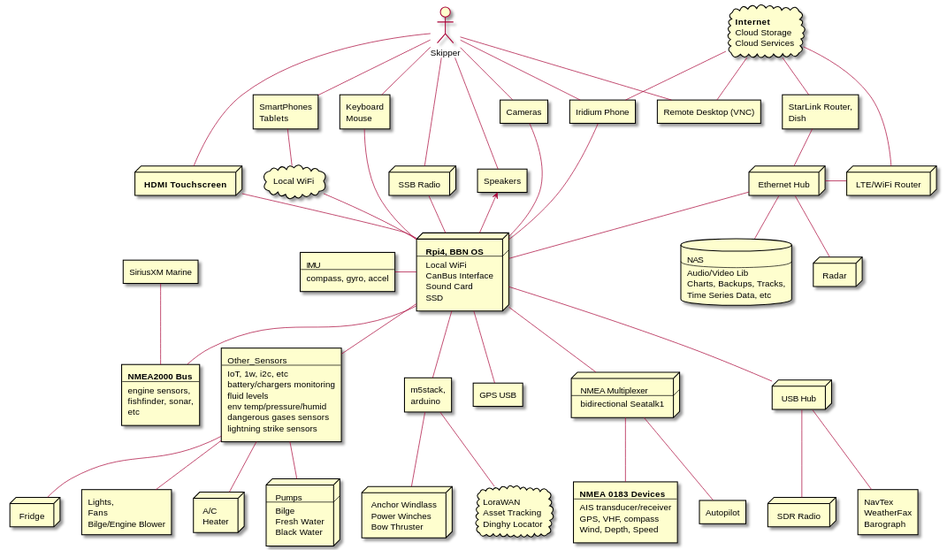
bareboat-necessities/my-bareboat keeps this PlantUML diagram as docs/images/system-arch.svg. Above is the earlier version.
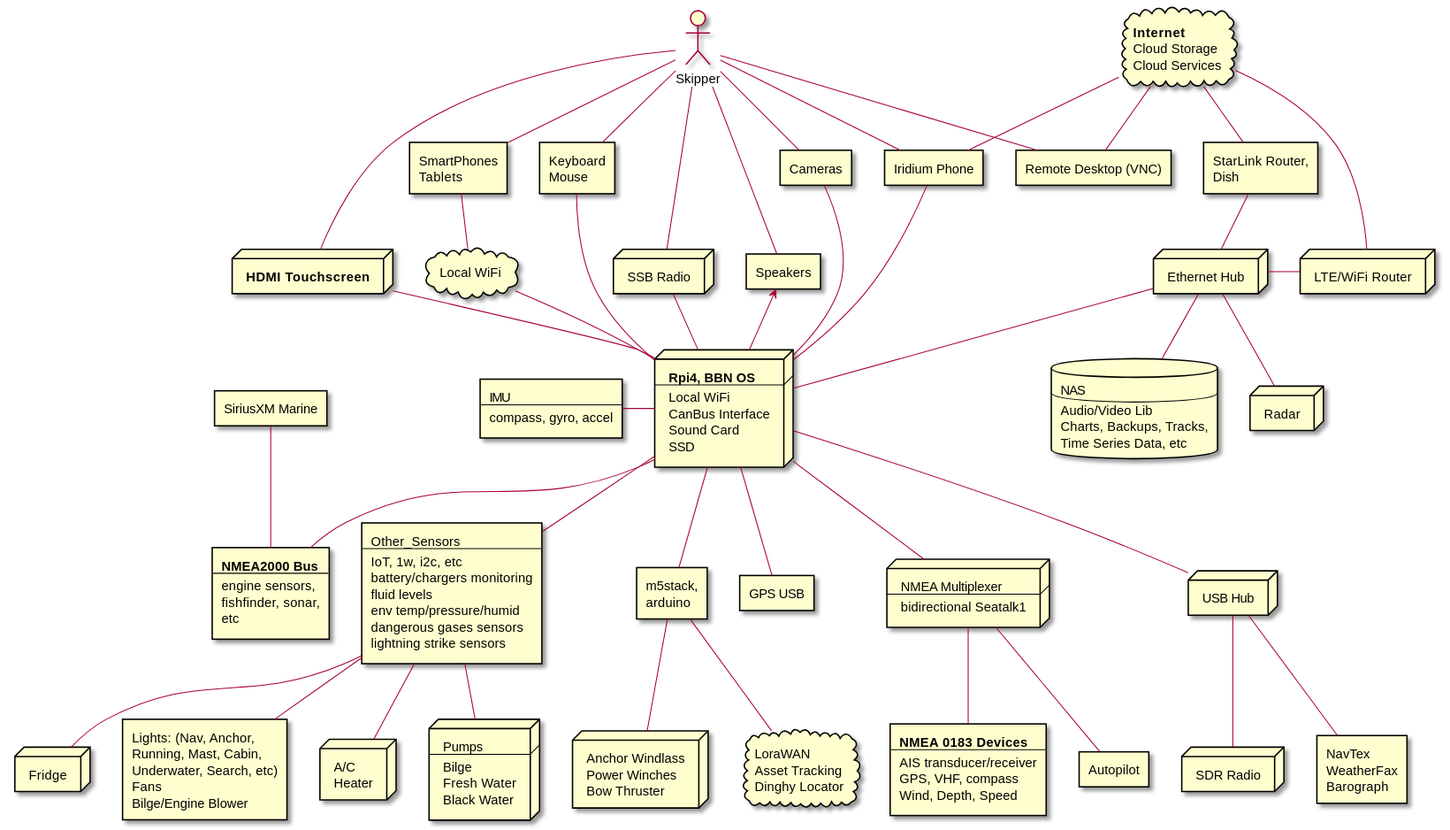
The same file after the commit.

Commit message:
better diagrams

Change to the diagram source:
```diff
@@ -131,7 +131,9 @@
 ]
 
 rectangle Lights_Fans [
- Lights,
+ Lights: (Nav, Anchor,
+ Running, Mast, Cabin,
+ Underwater, Search, etc)
  Fans
  Bilge/Engine Blower
 ]
```
